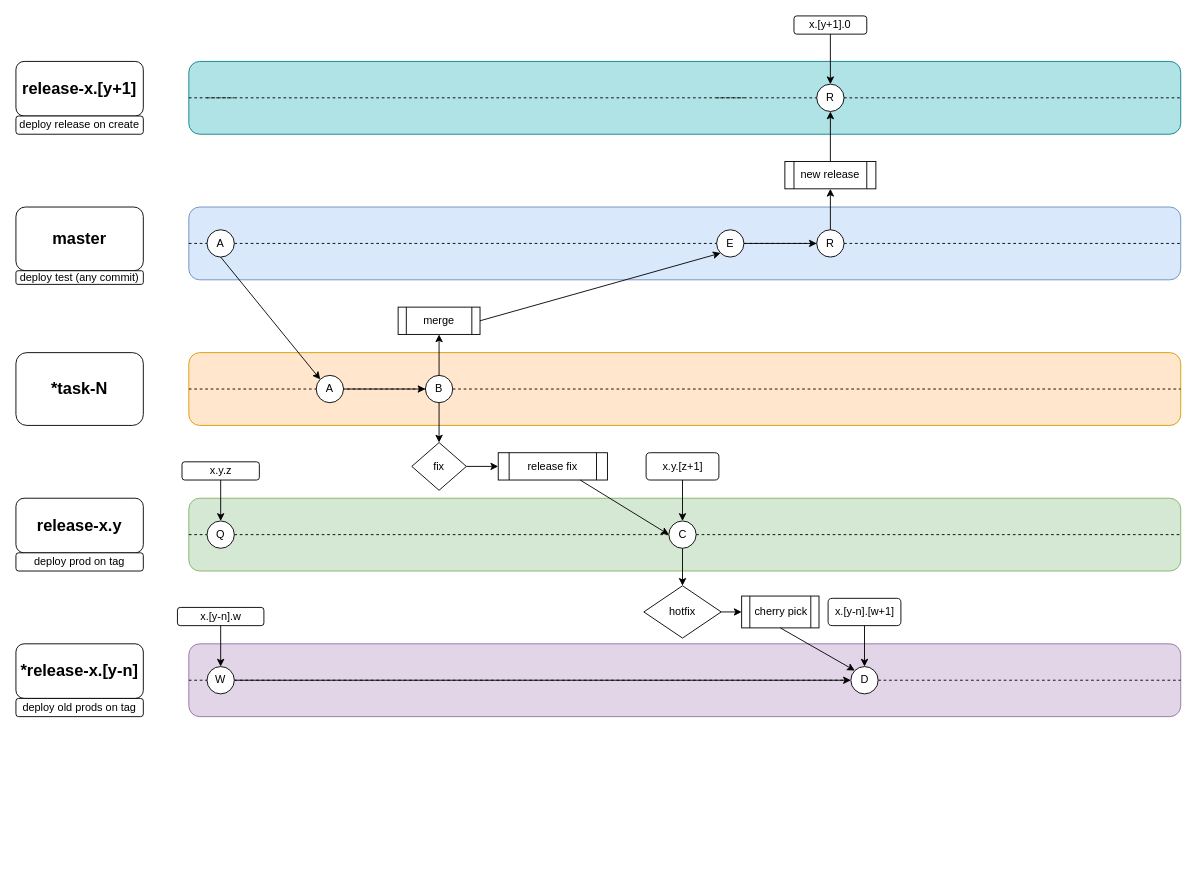
Before: Диаграмма без названия.drawio in siluetus/remtasks, a draw.io diagram. Source tidied: cells renumbered, new cells numbered last; positions are measured from the earlier drawing's top-left corner, leaving out a move shared by most shapes. Both pictures are drawn from the tidied source at 91%, with x=0, y=0 at pixel (15, 15).
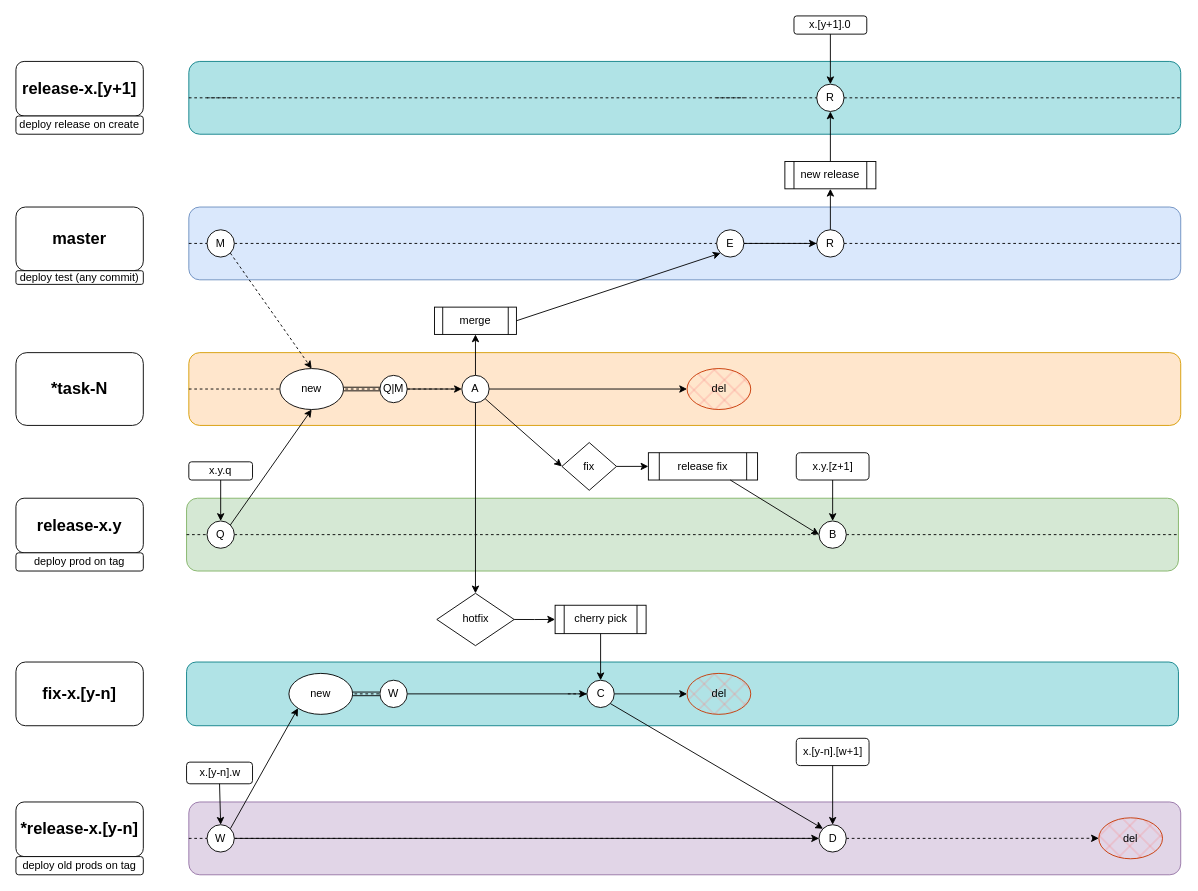
After the change.

The change refers to these unchanged cells:
```xml
<mxCell id="7" style="rounded=1;whiteSpace=wrap;html=1;fillColor=#ffe6cc;strokeColor=#d79b00;" parent="1" vertex="1">
  <mxGeometry x="190" y="370" width="1090" height="80" as="geometry" />
</mxCell>
<mxCell id="41" value="Q" style="ellipse;whiteSpace=wrap;html=1;" parent="1" vertex="1">
  <mxGeometry x="210" y="555" width="30" height="30" as="geometry" />
</mxCell>
```

Change to the diagram source:
```diff
@@
     <mxCell id="2" style="rounded=1;whiteSpace=wrap;html=1;fillColor=#e1d5e7;strokeColor=#9673a6;" parent="1" vertex="1">
-      <mxGeometry x="190" y="690" width="1090" height="80" as="geometry" />
+      <mxGeometry x="190" y="863.8" width="1090" height="80" as="geometry" />
     </mxCell>
@@
     <mxCell id="5" style="rounded=1;whiteSpace=wrap;html=1;fillColor=#d5e8d4;strokeColor=#82b366;" parent="1" vertex="1">
-      <mxGeometry x="190" y="530" width="1090" height="80" as="geometry" />
+      <mxGeometry x="187.5" y="530" width="1090" height="80" as="geometry" />
     </mxCell>
@@
-    <mxCell id="9" value="x.y.z" style="rounded=1;whiteSpace=wrap;html=1;" parent="1" vertex="1">
-      <mxGeometry x="182.5" y="490" width="85" height="20" as="geometry" />
+    <mxCell id="9" value="x.y.q" style="rounded=1;whiteSpace=wrap;html=1;" parent="1" vertex="1">
+      <mxGeometry x="190" y="490" width="70" height="20" as="geometry" />
     </mxCell>
@@
     <mxCell id="11" value="&lt;h2&gt;*release-x.[y-n]&lt;/h2&gt;" style="rounded=1;whiteSpace=wrap;html=1;" parent="1" vertex="1">
-      <mxGeometry y="690" width="140" height="60" as="geometry" />
+      <mxGeometry y="863.8" width="140" height="60" as="geometry" />
     </mxCell>
     <mxCell id="12" value="x.[y-n]&lt;span style=&quot;background-color: initial;&quot;&gt;.w&lt;/span&gt;" style="rounded=1;whiteSpace=wrap;html=1;" parent="1" vertex="1">
-      <mxGeometry x="177.5" y="650" width="95" height="20" as="geometry" />
+      <mxGeometry x="187.5" y="820" width="72.5" height="23.8" as="geometry" />
     </mxCell>
@@
-    <mxCell id="14" style="endArrow=none;dashed=1;html=1;rounded=0;exitX=0;exitY=0.5;exitDx=0;exitDy=0;entryX=1;entryY=0.5;entryDx=0;entryDy=0;" parent="1" edge="1" source="29" target="7">
-      <mxGeometry relative="1" as="geometry" />
-    </mxCell>
@@
     <mxCell id="16" value="x.y.[z+1]" style="rounded=1;whiteSpace=wrap;html=1;" parent="1" vertex="1">
-      <mxGeometry x="692.5" y="480" width="80" height="30" as="geometry" />
+      <mxGeometry x="857.5" y="480" width="80" height="30" as="geometry" />
     </mxCell>
@@
     <mxCell id="21" value="cherry pick" style="shape=process;whiteSpace=wrap;html=1;backgroundOutline=1;" parent="1" vertex="1">
-      <mxGeometry x="797.5" y="637.5" width="85" height="35" as="geometry" />
+      <mxGeometry x="592.5" y="647.6" width="100" height="31.2" as="geometry" />
     </mxCell>
-    <mxCell id="22" style="endArrow=classic;html=1;rounded=0;entryX=0.5;entryY=0;entryDx=0;entryDy=0;exitX=0.5;exitY=1;exitDx=0;exitDy=0;" parent="1" edge="1" source="42" target="23">
-      <mxGeometry relative="1" as="geometry" />
-    </mxCell>
+    <mxCell id="24" style="edgeStyle=orthogonalEdgeStyle;rounded=0;jettySize=auto;html=1;exitX=1;exitY=0.5;exitDx=0;exitDy=0;entryX=0;entryY=0.5;entryDx=0;entryDy=0;" parent="1" edge="1" source="23" target="21">
+      <mxGeometry relative="1" as="geometry" />
+    </mxCell>
     <mxCell id="23" value="hotfix" style="rhombus;whiteSpace=wrap;html=1;" parent="1" vertex="1">
-      <mxGeometry x="690" y="626.2" width="85" height="57.5" as="geometry" />
+      <mxGeometry x="462.5" y="634.5" width="85" height="57.5" as="geometry" />
     </mxCell>
-    <mxCell id="24" style="endArrow=classic;html=1;rounded=0;entryX=0;entryY=0.5;entryDx=0;entryDy=0;exitX=1;exitY=0.5;exitDx=0;exitDy=0;" parent="1" edge="1" source="23" target="21">
-      <mxGeometry relative="1" as="geometry" />
-    </mxCell>
@@
-    <mxCell id="26" style="endArrow=none;dashed=1;html=1;rounded=0;exitX=0;exitY=0.5;exitDx=0;exitDy=0;entryX=1;entryY=0.5;entryDx=0;entryDy=0;" parent="1" edge="1" source="35" target="2">
-      <mxGeometry relative="1" as="geometry" />
-    </mxCell>
-    <mxCell id="27" value="A" style="ellipse;whiteSpace=wrap;html=1;" parent="1" vertex="1">
+    <mxCell id="27" value="M" style="ellipse;whiteSpace=wrap;html=1;" parent="1" vertex="1">
       <mxGeometry x="210" y="235" width="30" height="30" as="geometry" />
     </mxCell>
-    <mxCell id="28" style="endArrow=none;dashed=1;html=1;rounded=0;exitX=0;exitY=0.5;exitDx=0;exitDy=0;entryX=1;entryY=0.5;entryDx=0;entryDy=0;" parent="1" edge="1" source="7" target="29">
+    <mxCell id="28" style="endArrow=none;dashed=1;html=1;rounded=0;exitX=0;exitY=0.5;exitDx=0;exitDy=0;entryX=1;entryY=0.5;entryDx=0;entryDy=0;" parent="1" edge="1" source="30" target="29">
       <mxGeometry relative="1" as="geometry" />
     </mxCell>
+    <mxCell id="72" style="edgeStyle=orthogonalEdgeStyle;rounded=0;jettySize=auto;html=1;exitX=1;exitY=0.5;exitDx=0;exitDy=0;entryX=0;entryY=0.5;entryDx=0;entryDy=0;" parent="1" edge="1" source="29" target="91">
+      <mxGeometry relative="1" as="geometry" />
+    </mxCell>
-    <mxCell id="29" value="B" style="ellipse;whiteSpace=wrap;html=1;" parent="1" vertex="1">
-      <mxGeometry x="450" y="395" width="30" height="30" as="geometry" />
+    <mxCell id="29" value="A" style="ellipse;whiteSpace=wrap;html=1;" parent="1" vertex="1">
+      <mxGeometry x="490" y="395" width="30" height="30" as="geometry" />
     </mxCell>
-    <mxCell id="30" value="A" style="ellipse;whiteSpace=wrap;html=1;" parent="1" vertex="1">
-      <mxGeometry x="330" y="395" width="30" height="30" as="geometry" />
-    </mxCell>
@@
-    <mxCell id="32" style="endArrow=classic;html=1;rounded=0;exitX=0.5;exitY=1;exitDx=0;exitDy=0;entryX=0;entryY=0;entryDx=0;entryDy=0;" parent="1" edge="1" source="21" target="35">
-      <mxGeometry relative="1" as="geometry" />
-    </mxCell>
     <mxCell id="33" value="x.[y-n].[w+1]" style="rounded=1;whiteSpace=wrap;html=1;" parent="1" vertex="1">
-      <mxGeometry x="892.5" y="640" width="80" height="30" as="geometry" />
+      <mxGeometry x="857.5" y="793.8" width="80" height="30" as="geometry" />
     </mxCell>
@@
+    <mxCell id="73" style="edgeStyle=orthogonalEdgeStyle;rounded=0;jettySize=auto;html=1;exitX=1;exitY=0.5;exitDx=0;exitDy=0;entryX=0;entryY=0.5;entryDx=0;entryDy=0;dashed=1;" parent="1" edge="1" source="35" target="92">
+      <mxGeometry relative="1" as="geometry" />
+    </mxCell>
     <mxCell id="35" value="D" style="ellipse;whiteSpace=wrap;html=1;" parent="1" vertex="1">
-      <mxGeometry x="917.5" y="715" width="30" height="30" as="geometry" />
+      <mxGeometry x="882.5" y="888.8" width="30" height="30" as="geometry" />
     </mxCell>
@@
-    <mxCell id="42" value="C" style="ellipse;whiteSpace=wrap;html=1;" parent="1" vertex="1">
-      <mxGeometry x="717.5" y="555" width="30" height="30" as="geometry" />
+    <mxCell id="42" value="B" style="ellipse;whiteSpace=wrap;html=1;" parent="1" vertex="1">
+      <mxGeometry x="882.5" y="555" width="30" height="30" as="geometry" />
     </mxCell>
     <mxCell id="43" value="W" style="ellipse;whiteSpace=wrap;html=1;" parent="1" vertex="1">
-      <mxGeometry x="210" y="715" width="30" height="30" as="geometry" />
+      <mxGeometry x="210" y="888.8" width="30" height="30" as="geometry" />
     </mxCell>
@@
     <mxCell id="57" value="merge" style="shape=process;whiteSpace=wrap;html=1;backgroundOutline=1;" parent="1" vertex="1">
-      <mxGeometry x="420" y="320" width="90" height="30" as="geometry" />
+      <mxGeometry x="460" y="320" width="90" height="30" as="geometry" />
     </mxCell>
@@
-    <mxCell id="61" style="endArrow=classic;html=1;rounded=0;exitX=0.5;exitY=1;exitDx=0;exitDy=0;entryX=0;entryY=0;entryDx=0;entryDy=0;" parent="1" edge="1" source="27" target="30">
+    <mxCell id="61" style="endArrow=classic;html=1;rounded=0;exitX=1;exitY=0;exitDx=0;exitDy=0;entryX=0.5;entryY=1;entryDx=0;entryDy=0;" parent="1" edge="1" source="41" target="95">
       <mxGeometry relative="1" as="geometry" />
     </mxCell>
     <mxCell id="62" value="fix" style="rhombus;whiteSpace=wrap;html=1;" parent="1" vertex="1">
-      <mxGeometry x="435" y="468.8" width="60" height="52.5" as="geometry" />
+      <mxGeometry x="600" y="468.8" width="60" height="52.5" as="geometry" />
     </mxCell>
@@
-    <mxCell id="64" style="endArrow=classic;html=1;rounded=0;exitX=0.5;exitY=1;exitDx=0;exitDy=0;entryX=0.5;entryY=0;entryDx=0;entryDy=0;" parent="1" edge="1" source="29" target="62">
+    <mxCell id="64" style="endArrow=classic;html=1;rounded=0;exitX=1;exitY=1;exitDx=0;exitDy=0;entryX=0;entryY=0.5;entryDx=0;entryDy=0;" parent="1" edge="1" source="29" target="62">
       <mxGeometry relative="1" as="geometry" />
     </mxCell>
     <mxCell id="65" value="release fix" style="shape=process;whiteSpace=wrap;html=1;backgroundOutline=1;" parent="1" vertex="1">
-      <mxGeometry x="530" y="480" width="120" height="30" as="geometry" />
+      <mxGeometry x="695" y="480" width="120" height="30" as="geometry" />
     </mxCell>
@@
     <mxCell id="71" value="deploy old prods on tag" style="rounded=1;whiteSpace=wrap;html=1;" parent="1" vertex="1">
-      <mxGeometry y="750" width="140" height="20" as="geometry" />
+      <mxGeometry y="923.8" width="140" height="20" as="geometry" />
     </mxCell>
+    <mxCell id="74" style="endArrow=none;dashed=1;html=1;rounded=0;exitX=0;exitY=0.5;exitDx=0;exitDy=0;entryX=1;entryY=0.5;entryDx=0;entryDy=0;" parent="1" edge="1" source="95" target="30">
+      <mxGeometry relative="1" as="geometry" />
+    </mxCell>
+    <mxCell id="30" value="Q|M" style="ellipse;whiteSpace=wrap;html=1;" parent="1" vertex="1">
+      <mxGeometry x="400" y="395" width="30" height="30" as="geometry" />
+    </mxCell>
+    <mxCell id="75" style="rounded=1;whiteSpace=wrap;html=1;fillColor=#b0e3e6;strokeColor=#0e8088;" parent="1" vertex="1">
+      <mxGeometry x="187.5" y="710" width="1090" height="70" as="geometry" />
+    </mxCell>
+    <mxCell id="76" value="&lt;h2&gt;fix-x.[y-n]&lt;/h2&gt;" style="rounded=1;whiteSpace=wrap;html=1;" parent="1" vertex="1">
+      <mxGeometry y="710" width="140" height="70" as="geometry" />
+    </mxCell>
+    <mxCell id="77" style="endArrow=none;dashed=1;html=1;rounded=0;exitX=0;exitY=0.5;exitDx=0;exitDy=0;entryX=1;entryY=0.5;entryDx=0;entryDy=0;" parent="1" edge="1" source="86">
+      <mxGeometry relative="1" as="geometry">
+        <mxPoint x="605" y="745" as="targetPoint" />
+      </mxGeometry>
+    </mxCell>
+    <mxCell id="78" style="endArrow=none;dashed=1;html=1;rounded=0;exitX=0;exitY=0.5;exitDx=0;exitDy=0;entryX=1;entryY=0.5;entryDx=0;entryDy=0;" parent="1" edge="1" source="80">
+      <mxGeometry relative="1" as="geometry">
+        <mxPoint x="400" y="745" as="targetPoint" />
+      </mxGeometry>
+    </mxCell>
+    <mxCell id="79" style="endArrow=classic;html=1;rounded=0;exitX=0.5;exitY=1;exitDx=0;exitDy=0;entryX=0.5;entryY=0;entryDx=0;entryDy=0;" parent="1" edge="1" source="29" target="23">
+      <mxGeometry relative="1" as="geometry" />
+    </mxCell>
+    <mxCell id="80" value="new" style="ellipse;whiteSpace=wrap;html=1;" parent="1" vertex="1">
+      <mxGeometry x="300" y="722.5" width="70" height="45" as="geometry" />
+    </mxCell>
+    <mxCell id="81" style="edgeStyle=orthogonalEdgeStyle;rounded=0;jettySize=auto;html=1;exitX=1;exitY=0.5;exitDx=0;exitDy=0;" parent="1" edge="1" source="82" target="86">
+      <mxGeometry relative="1" as="geometry" />
+    </mxCell>
+    <mxCell id="82" value="W" style="ellipse;whiteSpace=wrap;html=1;" parent="1" vertex="1">
+      <mxGeometry x="400" y="730" width="30" height="30" as="geometry" />
+    </mxCell>
+    <mxCell id="83" style="endArrow=classic;html=1;rounded=0;exitX=1;exitY=0;exitDx=0;exitDy=0;entryX=0;entryY=1;entryDx=0;entryDy=0;" parent="1" edge="1" source="43" target="80">
+      <mxGeometry relative="1" as="geometry" />
+    </mxCell>
+    <mxCell id="84" style="endArrow=classic;html=1;rounded=0;exitX=1;exitY=0.5;exitDx=0;exitDy=0;entryX=0;entryY=0.5;entryDx=0;entryDy=0;shape=link;" parent="1" edge="1" source="80" target="82">
+      <mxGeometry relative="1" as="geometry" />
+    </mxCell>
+    <mxCell id="85" style="edgeStyle=orthogonalEdgeStyle;rounded=0;jettySize=auto;html=1;exitX=1;exitY=0.5;exitDx=0;exitDy=0;" parent="1" edge="1" source="86" target="89">
+      <mxGeometry relative="1" as="geometry" />
+    </mxCell>
+    <mxCell id="86" value="C" style="ellipse;whiteSpace=wrap;html=1;" parent="1" vertex="1">
+      <mxGeometry x="627.5" y="730" width="30" height="30" as="geometry" />
+    </mxCell>
+    <mxCell id="87" style="edgeStyle=orthogonalEdgeStyle;rounded=0;jettySize=auto;html=1;exitX=0.5;exitY=1;exitDx=0;exitDy=0;" parent="1" edge="1" source="21" target="86">
+      <mxGeometry relative="1" as="geometry" />
+    </mxCell>
+    <mxCell id="88" style="endArrow=classic;html=1;rounded=0;entryX=0;entryY=0;entryDx=0;entryDy=0;exitX=1;exitY=1;exitDx=0;exitDy=0;" parent="1" edge="1" source="86" target="35">
+      <mxGeometry relative="1" as="geometry" />
+    </mxCell>
+    <mxCell id="89" value="del" style="ellipse;whiteSpace=wrap;html=1;fillColor=#FA8080;fontColor=#000000;strokeColor=#C73500;fillStyle=cross-hatch;" parent="1" vertex="1">
+      <mxGeometry x="737.5" y="722.5" width="70" height="45" as="geometry" />
+    </mxCell>
+    <mxCell id="90" style="edgeStyle=orthogonalEdgeStyle;rounded=0;jettySize=auto;html=1;exitX=1;exitY=0.5;exitDx=0;exitDy=0;entryX=0;entryY=0.5;entryDx=0;entryDy=0;shape=link;" parent="1" edge="1" source="95" target="30">
+      <mxGeometry relative="1" as="geometry" />
+    </mxCell>
+    <mxCell id="91" value="del" style="ellipse;whiteSpace=wrap;html=1;fillColor=#FA8080;fontColor=#000000;strokeColor=#C73500;fillStyle=cross-hatch;" parent="1" vertex="1">
+      <mxGeometry x="737.5" y="387.5" width="70" height="45" as="geometry" />
+    </mxCell>
+    <mxCell id="92" value="del" style="ellipse;whiteSpace=wrap;html=1;fillColor=#FA8080;fontColor=#000000;strokeColor=#C73500;fillStyle=cross-hatch;" parent="1" vertex="1">
+      <mxGeometry x="1190" y="881.2" width="70" height="45" as="geometry" />
+    </mxCell>
+    <mxCell id="93" style="endArrow=classic;html=1;rounded=0;exitX=1;exitY=1;exitDx=0;exitDy=0;entryX=0.5;entryY=0;entryDx=0;entryDy=0;dashed=1;" parent="1" edge="1" source="27" target="95">
+      <mxGeometry relative="1" as="geometry" />
+    </mxCell>
+    <mxCell id="94" style="endArrow=none;dashed=1;html=1;rounded=0;exitX=0;exitY=0.5;exitDx=0;exitDy=0;entryX=1;entryY=0.5;entryDx=0;entryDy=0;" parent="1" edge="1" source="7" target="95">
+      <mxGeometry relative="1" as="geometry" />
+    </mxCell>
+    <mxCell id="95" value="new" style="ellipse;whiteSpace=wrap;html=1;" parent="1" vertex="1">
+      <mxGeometry x="290" y="387.5" width="70" height="45" as="geometry" />
+    </mxCell>
```
